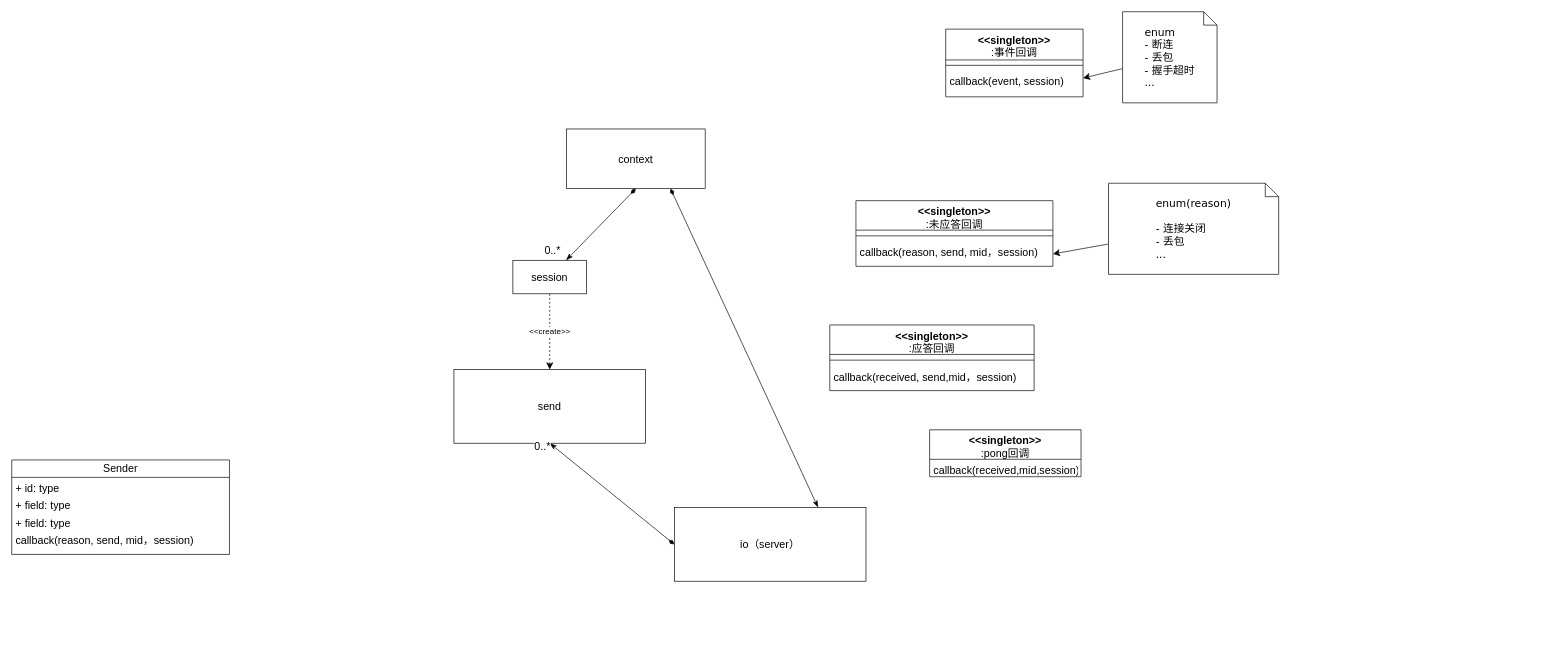
Before: page "第 1 页" (1 of 2) of Coap/CoapPlusPlus/doc/coap.drawio in MrHulu/Learn-OpenGL, a draw.io diagram. Source tidied: cells renumbered, new cells numbered last; positions are measured from the earlier drawing's top-left corner, leaving out a move shared by most shapes. Both pictures are drawn from the tidied source at 67%, with x=0, y=0 at pixel (11, 11).
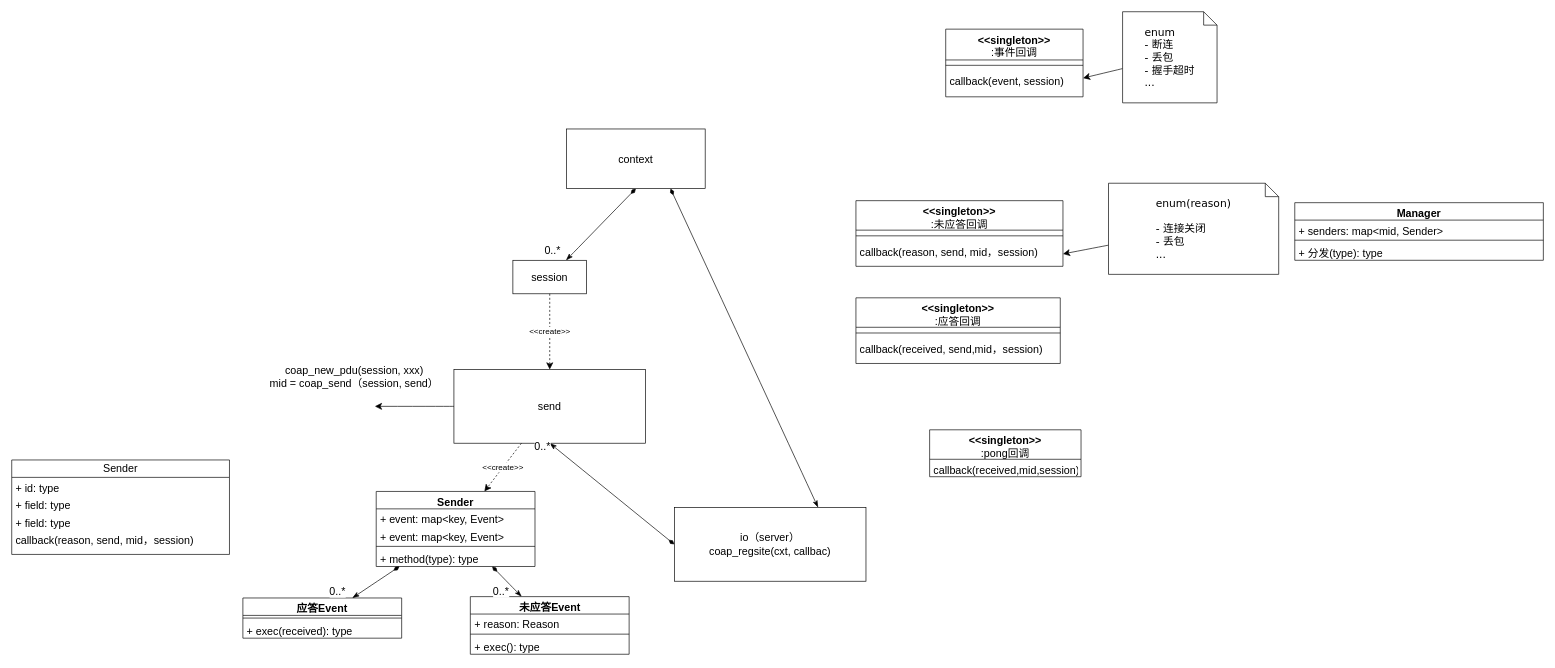
The same diagram, later.

The change refers to these unchanged cells:
```xml
<mxCell id="4" value="session" style="html=1;whiteSpace=wrap;fontSize=16;" parent="1" vertex="1">
  <mxGeometry x="748" y="371" width="110" height="50" as="geometry" />
</mxCell>
<mxCell id="6" value="send" style="html=1;whiteSpace=wrap;fontSize=16;" parent="1" vertex="1">
  <mxGeometry x="660" y="534" width="286" height="110" as="geometry" />
</mxCell>
```

Diff of the diagram source:
```diff
@@
+    <mxCell id="32" style="edgeStyle=none;curved=1;rounded=0;jettySize=auto;html=1;fontSize=12;startSize=8;endSize=8;" parent="1" edge="1" source="6">
+      <mxGeometry relative="1" as="geometry">
+        <mxPoint x="542" y="589" as="targetPoint" />
+      </mxGeometry>
+    </mxCell>
@@
     <mxCell id="7" value="&amp;lt;&amp;lt;create&amp;gt;&amp;gt;" style="rounded=0;jettySize=auto;html=1;elbow=vertical;fontSize=12;startSize=8;endSize=8;dashed=1;" parent="1" edge="1" source="4" target="6">
-      <mxGeometry relative="1" as="geometry" />
+      <mxGeometry x="0.01" relative="1" as="geometry" />
     </mxCell>
@@
     <mxCell id="11" value="&amp;lt;&amp;lt;singleton&amp;gt;&amp;gt;&lt;br style=&quot;border-color: var(--border-color); font-weight: 400;&quot;&gt;&lt;span style=&quot;font-weight: 400;&quot;&gt;:未应答回调&lt;/span&gt;" style="swimlane;fontStyle=1;align=center;verticalAlign=top;horizontal=1;startSize=44;whiteSpace=wrap;html=1;fontSize=16;" parent="1" vertex="1">
-      <mxGeometry x="1260" y="282" width="294" height="98" as="geometry" />
+      <mxGeometry x="1260" y="282" width="309" height="98" as="geometry" />
     </mxCell>
     <mxCell id="12" style="line;strokeWidth=1;fillColor=none;align=left;verticalAlign=middle;spacingTop=-1;spacingLeft=3;spacingRight=3;labelPosition=right;strokeColor=inherit;fontSize=16;" parent="11" vertex="1">
-      <mxGeometry y="44" width="294" height="17" as="geometry" />
+      <mxGeometry y="44" width="309" height="17" as="geometry" />
     </mxCell>
     <mxCell id="13" value="callback(reason, send, mid，session)" style="text;strokeColor=none;fillColor=none;align=left;verticalAlign=top;spacingLeft=4;spacingRight=4;overflow=hidden;points=[[0,0.5],[1,0.5]];portConstraint=eastwest;whiteSpace=wrap;html=1;fontSize=16;" parent="11" vertex="1">
-      <mxGeometry y="61" width="294" height="37" as="geometry" />
+      <mxGeometry y="61" width="309" height="37" as="geometry" />
     </mxCell>
@@
-    <mxCell id="15" value="&lt;div style=&quot;text-align: left; line-height: 19px;&quot;&gt;&lt;span style=&quot;background-color: rgb(255, 255, 255);&quot;&gt;&lt;font style=&quot;font-size: 16px;&quot; face=&quot;Verdana&quot;&gt;enum&lt;/font&gt;&lt;/span&gt;&lt;/div&gt;&lt;div style=&quot;text-align: left; line-height: 19px;&quot;&gt;&lt;span style=&quot;background-color: rgb(255, 255, 255);&quot;&gt;&lt;font style=&quot;font-size: 16px;&quot; face=&quot;Verdana&quot;&gt;- 断连&lt;/font&gt;&lt;/span&gt;&lt;/div&gt;&lt;div style=&quot;line-height: 19px;&quot;&gt;&lt;font style=&quot;font-size: 16px;&quot; face=&quot;Verdana&quot;&gt;&lt;div style=&quot;text-align: left;&quot;&gt;&lt;span style=&quot;background-color: initial;&quot;&gt;- 丢包&lt;/span&gt;&lt;/div&gt;&lt;div style=&quot;text-align: left;&quot;&gt;&lt;span style=&quot;background-color: initial;&quot;&gt;- 握手超时&lt;/span&gt;&lt;/div&gt;&lt;div style=&quot;text-align: left;&quot;&gt;&lt;span style=&quot;background-color: initial;&quot;&gt;...&lt;/span&gt;&lt;/div&gt;&lt;/font&gt;&lt;/div&gt;" style="shape=note;size=20;whiteSpace=wrap;html=1;fontSize=16;" parent="1" vertex="1">
+    <mxCell id="15" value="&lt;div style=&quot;text-align: left; line-height: 19px;&quot;&gt;&lt;font style=&quot;font-size: 16px;&quot; face=&quot;Verdana&quot;&gt;enum&lt;/font&gt;&lt;/div&gt;&lt;div style=&quot;text-align: left; line-height: 19px;&quot;&gt;&lt;font style=&quot;font-size: 16px;&quot; face=&quot;Verdana&quot;&gt;- 断连&lt;/font&gt;&lt;/div&gt;&lt;div style=&quot;line-height: 19px;&quot;&gt;&lt;font style=&quot;font-size: 16px;&quot; face=&quot;Verdana&quot;&gt;&lt;div style=&quot;text-align: left;&quot;&gt;- 丢包&lt;/div&gt;&lt;div style=&quot;text-align: left;&quot;&gt;- 握手超时&lt;/div&gt;&lt;div style=&quot;text-align: left;&quot;&gt;...&lt;/div&gt;&lt;/font&gt;&lt;/div&gt;" style="shape=note;size=20;whiteSpace=wrap;html=1;fontSize=16;" parent="1" vertex="1">
       <mxGeometry x="1658" width="141" height="136" as="geometry" />
     </mxCell>
@@
     <mxCell id="18" value="&amp;lt;&amp;lt;singleton&amp;gt;&amp;gt;&lt;br style=&quot;border-color: var(--border-color); font-weight: 400;&quot;&gt;&lt;span style=&quot;font-weight: 400;&quot;&gt;:应答回调&lt;/span&gt;" style="swimlane;fontStyle=1;align=center;verticalAlign=top;horizontal=1;startSize=44;whiteSpace=wrap;html=1;fontSize=16;" parent="1" vertex="1">
-      <mxGeometry x="1221" y="467.5" width="305" height="98" as="geometry" />
+      <mxGeometry x="1260" y="427" width="305" height="98" as="geometry" />
     </mxCell>
@@
-    <mxCell id="23" value="io（server）" style="html=1;whiteSpace=wrap;fontSize=16;" parent="1" vertex="1">
+    <mxCell id="23" value="io（server）&lt;br&gt;coap_regsite(cxt, callbac)" style="html=1;whiteSpace=wrap;fontSize=16;" parent="1" vertex="1">
       <mxGeometry x="989" y="740" width="286" height="110" as="geometry" />
     </mxCell>
@@
+    <mxCell id="33" value="Sender" style="swimlane;fontStyle=1;align=center;verticalAlign=top;horizontal=1;startSize=26;whiteSpace=wrap;html=1;fontSize=16;" parent="1" vertex="1">
+      <mxGeometry x="544" y="716" width="237" height="112" as="geometry" />
+    </mxCell>
+    <mxCell id="34" value="+ event: map&amp;lt;key, Event&amp;gt;" style="text;strokeColor=none;fillColor=none;align=left;verticalAlign=top;spacingLeft=4;spacingRight=4;overflow=hidden;whiteSpace=wrap;html=1;fontSize=16;" parent="33" vertex="1">
+      <mxGeometry y="26" width="237" height="26" as="geometry" />
+    </mxCell>
+    <mxCell id="35" value="+ event: map&amp;lt;key, Event&amp;gt;" style="text;strokeColor=none;fillColor=none;align=left;verticalAlign=top;spacingLeft=4;spacingRight=4;overflow=hidden;whiteSpace=wrap;html=1;fontSize=16;" parent="33" vertex="1">
+      <mxGeometry y="52" width="237" height="26" as="geometry" />
+    </mxCell>
+    <mxCell id="36" style="line;strokeWidth=1;fillColor=none;align=left;verticalAlign=middle;spacingTop=-1;spacingLeft=3;spacingRight=3;labelPosition=right;strokeColor=inherit;fontSize=16;" parent="33" vertex="1">
+      <mxGeometry y="78" width="237" height="8" as="geometry" />
+    </mxCell>
+    <mxCell id="37" value="+ method(type): type" style="text;strokeColor=none;fillColor=none;align=left;verticalAlign=top;spacingLeft=4;spacingRight=4;overflow=hidden;whiteSpace=wrap;html=1;fontSize=16;" parent="33" vertex="1">
+      <mxGeometry y="86" width="237" height="26" as="geometry" />
+    </mxCell>
+    <mxCell id="38" value="Manager" style="swimlane;fontStyle=1;align=center;verticalAlign=top;horizontal=1;startSize=26;whiteSpace=wrap;html=1;fontSize=16;" parent="1" vertex="1">
+      <mxGeometry x="1915" y="285" width="371" height="86" as="geometry" />
+    </mxCell>
+    <mxCell id="39" value="+ senders: map&amp;lt;mid, Sender&amp;gt;" style="text;strokeColor=none;fillColor=none;align=left;verticalAlign=top;spacingLeft=4;spacingRight=4;overflow=hidden;whiteSpace=wrap;html=1;fontSize=16;" parent="38" vertex="1">
+      <mxGeometry y="26" width="371" height="26" as="geometry" />
+    </mxCell>
+    <mxCell id="40" style="line;strokeWidth=1;fillColor=none;align=left;verticalAlign=middle;spacingTop=-1;spacingLeft=3;spacingRight=3;labelPosition=right;strokeColor=inherit;fontSize=16;" parent="38" vertex="1">
+      <mxGeometry y="52" width="371" height="8" as="geometry" />
+    </mxCell>
+    <mxCell id="41" value="+ 分发(type): type" style="text;strokeColor=none;fillColor=none;align=left;verticalAlign=top;spacingLeft=4;spacingRight=4;overflow=hidden;whiteSpace=wrap;html=1;fontSize=16;" parent="38" vertex="1">
+      <mxGeometry y="60" width="371" height="26" as="geometry" />
+    </mxCell>
+    <mxCell id="42" value="&amp;lt;&amp;lt;create&amp;gt;&amp;gt;" style="rounded=0;jettySize=auto;html=1;elbow=vertical;fontSize=12;startSize=8;endSize=8;dashed=1;" parent="1" edge="1" source="6" target="33">
+      <mxGeometry relative="1" as="geometry" />
+    </mxCell>
+    <mxCell id="43" value="未应答Event" style="swimlane;fontStyle=1;align=center;verticalAlign=top;horizontal=1;startSize=26;whiteSpace=wrap;html=1;fontSize=16;" parent="1" vertex="1">
+      <mxGeometry x="684.5" y="873" width="237" height="86" as="geometry" />
+    </mxCell>
+    <mxCell id="44" value="+ reason: Reason" style="text;strokeColor=none;fillColor=none;align=left;verticalAlign=top;spacingLeft=4;spacingRight=4;overflow=hidden;whiteSpace=wrap;html=1;fontSize=16;" parent="43" vertex="1">
+      <mxGeometry y="26" width="237" height="26" as="geometry" />
+    </mxCell>
+    <mxCell id="45" style="line;strokeWidth=1;fillColor=none;align=left;verticalAlign=middle;spacingTop=-1;spacingLeft=3;spacingRight=3;labelPosition=right;strokeColor=inherit;fontSize=16;" parent="43" vertex="1">
+      <mxGeometry y="52" width="237" height="8" as="geometry" />
+    </mxCell>
+    <mxCell id="46" value="+ exec(): type" style="text;strokeColor=none;fillColor=none;align=left;verticalAlign=top;spacingLeft=4;spacingRight=4;overflow=hidden;whiteSpace=wrap;html=1;fontSize=16;" parent="43" vertex="1">
+      <mxGeometry y="60" width="237" height="26" as="geometry" />
+    </mxCell>
+    <mxCell id="47" style="edgeStyle=none;curved=1;rounded=0;jettySize=auto;html=1;fontSize=12;startSize=8;endSize=8;endArrow=diamondThin;endFill=1;startArrow=classicThin;startFill=1;" parent="1" edge="1" source="43" target="33">
+      <mxGeometry relative="1" as="geometry" />
+    </mxCell>
+    <mxCell id="48" value="0..*" style="edgeLabel;html=1;align=center;verticalAlign=middle;fontSize=16;" parent="47" vertex="1">
+      <mxGeometry x="-0.85" y="2" relative="1" as="geometry">
+        <mxPoint x="-27" y="-6" as="offset" />
+      </mxGeometry>
+    </mxCell>
+    <mxCell id="49" value="应答Event" style="swimlane;fontStyle=1;align=center;verticalAlign=top;horizontal=1;startSize=26;whiteSpace=wrap;html=1;fontSize=16;" parent="1" vertex="1">
+      <mxGeometry x="345" y="875" width="237" height="60" as="geometry" />
+    </mxCell>
+    <mxCell id="50" style="line;strokeWidth=1;fillColor=none;align=left;verticalAlign=middle;spacingTop=-1;spacingLeft=3;spacingRight=3;labelPosition=right;strokeColor=inherit;fontSize=16;" parent="49" vertex="1">
+      <mxGeometry y="26" width="237" height="8" as="geometry" />
+    </mxCell>
+    <mxCell id="51" value="+ exec(received): type" style="text;strokeColor=none;fillColor=none;align=left;verticalAlign=top;spacingLeft=4;spacingRight=4;overflow=hidden;whiteSpace=wrap;html=1;fontSize=16;" parent="49" vertex="1">
+      <mxGeometry y="34" width="237" height="26" as="geometry" />
+    </mxCell>
+    <mxCell id="52" style="edgeStyle=none;curved=1;rounded=0;jettySize=auto;html=1;fontSize=12;startSize=8;endSize=8;endArrow=diamondThin;endFill=1;startArrow=classicThin;startFill=1;" parent="1" edge="1" source="49" target="33">
+      <mxGeometry relative="1" as="geometry" />
+    </mxCell>
+    <mxCell id="53" value="0..*" style="edgeLabel;html=1;align=center;verticalAlign=middle;fontSize=16;" parent="52" vertex="1">
+      <mxGeometry x="-0.85" y="2" relative="1" as="geometry">
+        <mxPoint x="-27" y="-6" as="offset" />
+      </mxGeometry>
+    </mxCell>
+    <mxCell id="54" value="coap_new_pdu(session, xxx)&lt;br&gt;mid = coap_send（session, send）" style="text;html=1;align=center;verticalAlign=middle;strokeColor=none;fillColor=none;fontSize=16;" parent="1" vertex="1">
+      <mxGeometry x="376" y="520" width="270" height="50" as="geometry" />
+    </mxCell>
```
